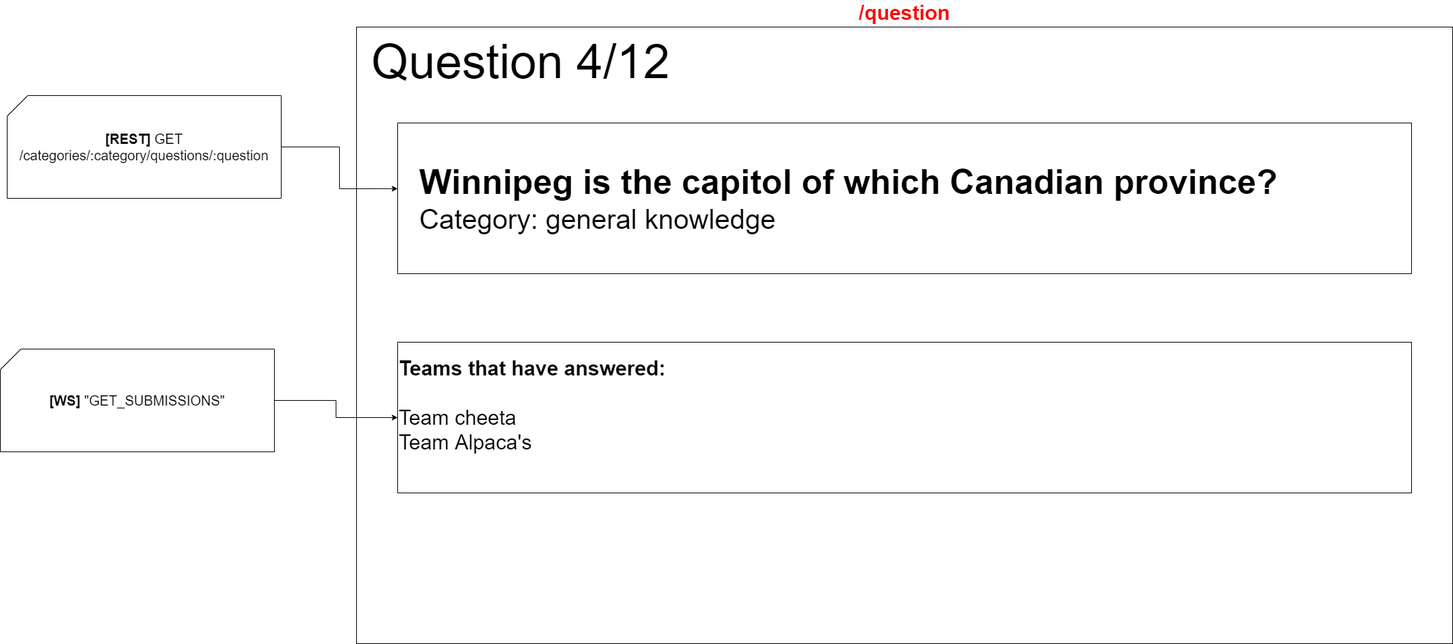
The draw.io diagram docs/wireframes-with-interactions/scoreboard-question.png in IkBenDeSjaak/Quizzer, before a commit. Source tidied: cells renumbered, new cells last; positions are measured from the earlier drawing's top-left corner, leaving out a move shared by most shapes.
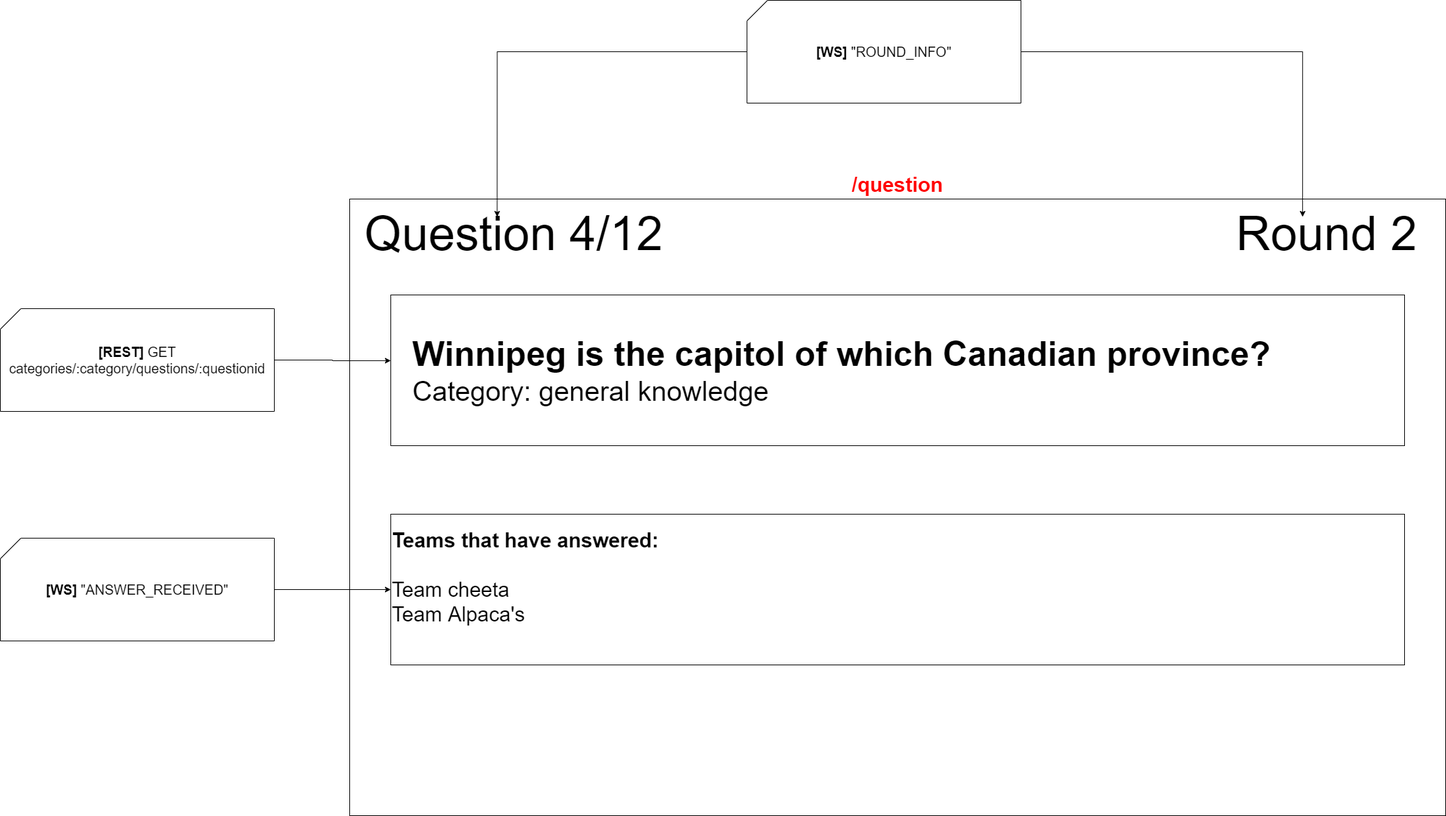
After the commit.

The edit, as a diff of the source:
```diff
@@ -20,14 +20,26 @@
     <mxCell id="7" style="edgeStyle=orthogonalEdgeStyle;rounded=0;jettySize=auto;html=1;entryX=0;entryY=0.436;entryDx=0;entryDy=0;entryPerimeter=0;fontSize=20;" parent="1" edge="1" source="8" target="4">
       <mxGeometry relative="1" as="geometry" />
     </mxCell>
-    <mxCell id="8" value="&lt;b&gt;[REST]&lt;/b&gt;&amp;nbsp;GET&lt;br&gt;/categories/:category/questions/:question" style="shape=card;whiteSpace=wrap;html=1;fontSize=20;" parent="1" vertex="1">
-      <mxGeometry x="10" y="100" width="400" height="150" as="geometry" />
+    <mxCell id="8" value="&lt;b&gt;[REST]&lt;/b&gt;&amp;nbsp;GET&lt;br&gt;categories/:category/questions/:questionid" style="shape=card;whiteSpace=wrap;html=1;fontSize=20;" parent="1" vertex="1">
+      <mxGeometry x="10" y="160" width="400" height="150" as="geometry" />
     </mxCell>
     <mxCell id="9" style="edgeStyle=orthogonalEdgeStyle;rounded=0;jettySize=auto;html=1;fontSize=20;" parent="1" edge="1" source="10" target="6">
       <mxGeometry relative="1" as="geometry" />
     </mxCell>
-    <mxCell id="10" value="&lt;b&gt;[WS] &lt;/b&gt;&quot;GET_SUBMISSIONS&quot;" style="shape=card;whiteSpace=wrap;html=1;fontSize=20;" parent="1" vertex="1">
-      <mxGeometry y="470" width="400" height="150" as="geometry" />
+    <mxCell id="10" value="&lt;b&gt;[WS] &lt;/b&gt;&quot;ANSWER_RECEIVED&quot;" style="shape=card;whiteSpace=wrap;html=1;fontSize=20;" parent="1" vertex="1">
+      <mxGeometry x="10" y="495" width="400" height="150" as="geometry" />
     </mxCell>
+    <mxCell id="11" value="&lt;font style=&quot;font-size: 70px&quot;&gt;Round 2&lt;/font&gt;" style="text;html=1;align=right;verticalAlign=middle;points=[];" parent="1" vertex="1">
+      <mxGeometry x="1800" y="30" width="280" height="40" as="geometry" />
+    </mxCell>
+    <mxCell id="12" style="edgeStyle=orthogonalEdgeStyle;rounded=0;jettySize=auto;html=1;entryX=0.397;entryY=-0.1;entryDx=0;entryDy=0;entryPerimeter=0;" parent="1" edge="1" source="14" target="11">
+      <mxGeometry relative="1" as="geometry" />
+    </mxCell>
+    <mxCell id="13" style="edgeStyle=orthogonalEdgeStyle;rounded=0;jettySize=auto;html=1;entryX=0.434;entryY=-0.1;entryDx=0;entryDy=0;entryPerimeter=0;" parent="1" edge="1" source="14" target="3">
+      <mxGeometry relative="1" as="geometry" />
+    </mxCell>
+    <mxCell id="14" value="&lt;b&gt;[WS] &lt;/b&gt;&quot;ROUND_INFO&quot;" style="shape=card;whiteSpace=wrap;html=1;fontSize=20;" parent="1" vertex="1">
+      <mxGeometry x="1100" y="-290" width="400" height="150" as="geometry" />
+    </mxCell>
   </root>
 </mxGraphModel>
```
